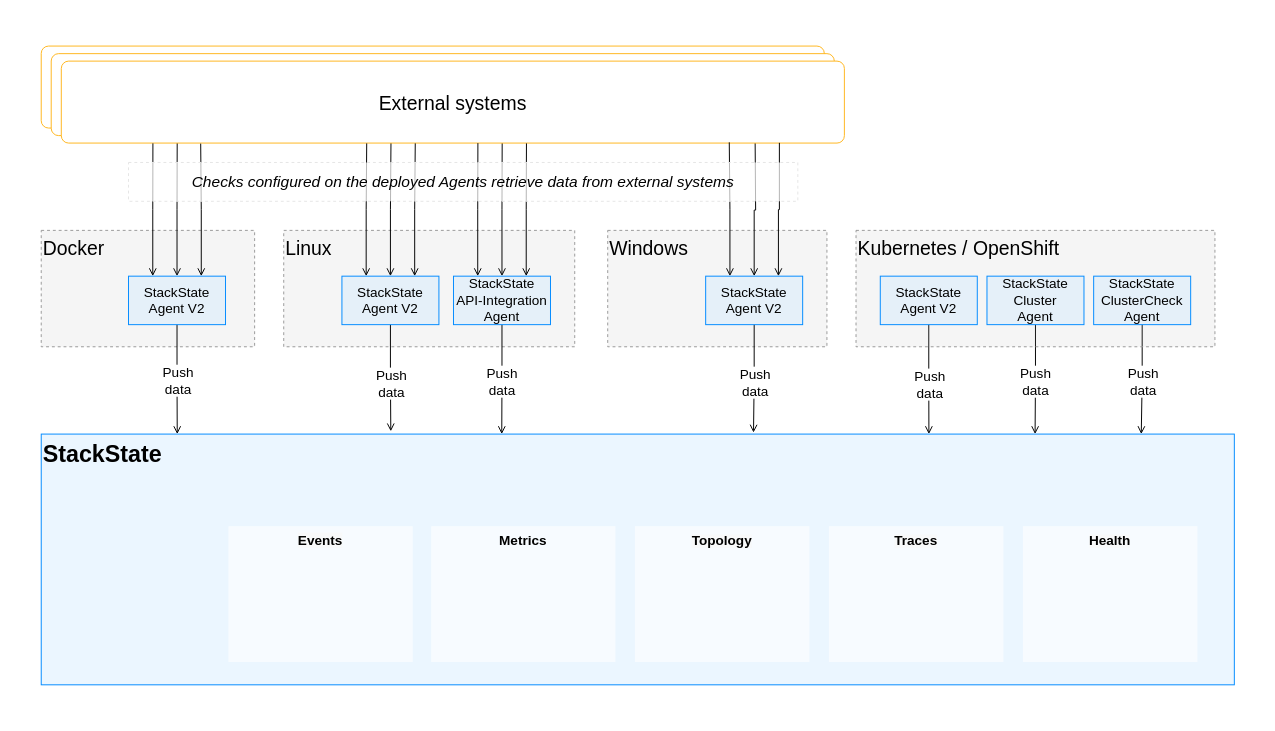
Earlier version of the draw.io diagram resources/drawio/stackstate-agent.drawio (StackVista/stackstate-docs). Source tidied: cells renumbered, new cells numbered last; positions are measured from the earlier drawing's top-left corner, leaving out a move shared by most shapes. Both pictures are drawn from the tidied source at 97%, with x=0, y=0 at pixel (16, 16).
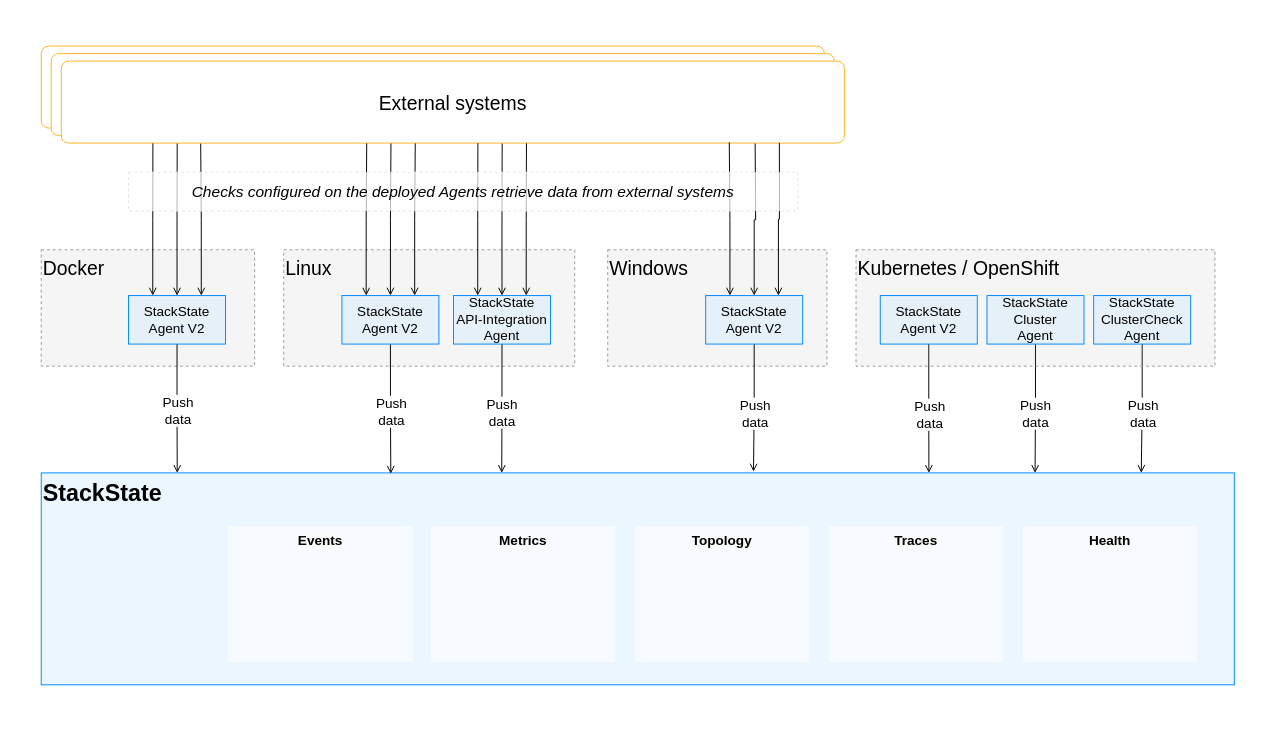
Above is the later version.

Diff of the diagram source:
```diff
@@
     <mxCell id="3" value="&lt;span style=&quot;font-style: normal&quot;&gt;&lt;font style=&quot;font-size: 24px&quot;&gt;&lt;b&gt;StackState&lt;/b&gt;&lt;/font&gt;&lt;br&gt;&lt;/span&gt;" style="rounded=0;whiteSpace=wrap;html=1;strokeWidth=1;strokeColor=#008AFF;fontStyle=2;fillColor=#CCE8FF;fillOpacity=40;verticalAlign=top;align=left;snapToPoint=0;labelPadding=0;" parent="1" vertex="1">
-      <mxGeometry x="25" y="430" width="1230" height="258.5" as="geometry" />
+      <mxGeometry x="25" y="470" width="1230" height="218.5" as="geometry" />
     </mxCell>
@@
     <mxCell id="12" value="&lt;font style=&quot;font-size: 20px&quot;&gt;Docker&lt;/font&gt;" style="rounded=0;whiteSpace=wrap;html=1;align=left;arcSize=9;verticalAlign=top;strokeColor=#999999;dashed=1;fillColor=#999999;fillOpacity=10;" parent="1" vertex="1">
-      <mxGeometry x="25" y="220" width="220" height="120" as="geometry" />
+      <mxGeometry x="25" y="240" width="220" height="120" as="geometry" />
     </mxCell>
     <mxCell id="13" value="&lt;font style=&quot;font-size: 20px&quot;&gt;Linux&lt;/font&gt;" style="rounded=0;whiteSpace=wrap;html=1;align=left;arcSize=9;verticalAlign=top;strokeColor=#999999;dashed=1;fillColor=#999999;fillOpacity=10;" parent="1" vertex="1">
-      <mxGeometry x="275" y="220" width="300" height="120" as="geometry" />
+      <mxGeometry x="275" y="240" width="300" height="120" as="geometry" />
     </mxCell>
     <mxCell id="14" value="&lt;font style=&quot;font-size: 20px&quot;&gt;Windows&lt;/font&gt;" style="rounded=0;whiteSpace=wrap;html=1;align=left;arcSize=9;verticalAlign=top;strokeColor=#999999;dashed=1;fillColor=#999999;fillOpacity=10;" parent="1" vertex="1">
-      <mxGeometry x="609" y="220" width="226" height="120" as="geometry" />
+      <mxGeometry x="609" y="240" width="226" height="120" as="geometry" />
     </mxCell>
@@
     <mxCell id="18" value="&lt;span style=&quot;font-style: normal&quot;&gt;&lt;font style=&quot;font-size: 14px&quot;&gt;StackState&lt;br&gt;Agent V2&lt;/font&gt;&lt;/span&gt;" style="rounded=0;whiteSpace=wrap;html=1;strokeWidth=1;strokeColor=#008AFF;fontStyle=2;fillColor=#CCE8FF;fillOpacity=40;" parent="1" vertex="1">
-      <mxGeometry x="710" y="267.2" width="100" height="50" as="geometry" />
+      <mxGeometry x="710" y="287.2" width="100" height="50" as="geometry" />
     </mxCell>
-    <mxCell id="19" style="edgeStyle=orthogonalEdgeStyle;rounded=0;jettySize=auto;html=1;exitX=0.5;exitY=1;exitDx=0;exitDy=0;entryX=0.293;entryY=-0.011;entryDx=0;entryDy=0;entryPerimeter=0;endArrow=open;endFill=0;" parent="1" edge="1" source="22" target="3">
+    <mxCell id="19" style="edgeStyle=orthogonalEdgeStyle;rounded=0;jettySize=auto;html=1;exitX=0.5;exitY=1;exitDx=0;exitDy=0;entryX=0.293;entryY=0.004;entryDx=0;entryDy=0;entryPerimeter=0;endArrow=open;endFill=0;" parent="1" edge="1" source="22" target="3">
       <mxGeometry relative="1" as="geometry" />
     </mxCell>
     <mxCell id="20" value="&lt;span style=&quot;font-size: 14px&quot;&gt;Push&lt;/span&gt;&lt;br style=&quot;font-size: 14px&quot;&gt;&lt;span style=&quot;font-size: 14px&quot;&gt;data&lt;/span&gt;" style="edgeLabel;html=1;align=center;verticalAlign=middle;" parent="19" vertex="1">
       <mxGeometry x="0.27" relative="1" as="geometry">
-        <mxPoint y="-9" as="offset" />
+        <mxPoint y="-15" as="offset" />
       </mxGeometry>
     </mxCell>
@@
     <mxCell id="22" value="&lt;span style=&quot;font-style: normal&quot;&gt;&lt;font style=&quot;font-size: 14px&quot;&gt;StackState&lt;br&gt;Agent V2&lt;/font&gt;&lt;/span&gt;" style="rounded=0;whiteSpace=wrap;html=1;strokeWidth=1;strokeColor=#008AFF;fontStyle=2;fillColor=#CCE8FF;fillOpacity=40;" parent="1" vertex="1">
-      <mxGeometry x="335" y="267.2" width="100" height="50" as="geometry" />
+      <mxGeometry x="335" y="287.2" width="100" height="50" as="geometry" />
     </mxCell>
@@
     <mxCell id="26" value="&lt;span style=&quot;font-size: 14px ; font-style: normal&quot;&gt;StackState&lt;br&gt;API-Integration Agent&lt;/span&gt;" style="rounded=0;whiteSpace=wrap;html=1;strokeWidth=1;strokeColor=#008AFF;fontStyle=2;fillColor=#CCE8FF;fillOpacity=40;" parent="1" vertex="1">
-      <mxGeometry x="450" y="267.2" width="100" height="50" as="geometry" />
+      <mxGeometry x="450" y="287.2" width="100" height="50" as="geometry" />
     </mxCell>
@@
     <mxCell id="30" value="&lt;span style=&quot;font-style: normal&quot;&gt;&lt;font style=&quot;font-size: 14px&quot;&gt;StackState&lt;br&gt;Agent V2&lt;/font&gt;&lt;/span&gt;" style="rounded=0;whiteSpace=wrap;html=1;strokeWidth=1;strokeColor=#008AFF;fontStyle=2;fillColor=#CCE8FF;fillOpacity=40;" parent="1" vertex="1">
-      <mxGeometry x="115" y="267.2" width="100" height="50" as="geometry" />
+      <mxGeometry x="115" y="287.2" width="100" height="50" as="geometry" />
     </mxCell>
@@
     <mxCell id="41" value="&lt;font style=&quot;font-size: 20px&quot;&gt;Kubernetes / OpenShift&lt;/font&gt;" style="rounded=0;whiteSpace=wrap;html=1;align=left;arcSize=9;verticalAlign=top;strokeColor=#999999;dashed=1;fillColor=#999999;fillOpacity=10;" parent="1" vertex="1">
-      <mxGeometry x="865" y="220" width="370" height="120" as="geometry" />
+      <mxGeometry x="865" y="240" width="370" height="120" as="geometry" />
     </mxCell>
     <mxCell id="42" style="group;" parent="1" vertex="1">
-      <mxGeometry x="890" y="267.2" width="320" height="50" as="geometry" />
+      <mxGeometry x="890" y="287.2" width="320" height="50" as="geometry" />
     </mxCell>
@@
     <mxCell id="54" value="&lt;i&gt;&lt;font style=&quot;font-size: 16px&quot;&gt;Checks configured on the deployed Agents retrieve data from external systems&lt;/font&gt;&lt;/i&gt;" style="text;html=1;align=center;verticalAlign=middle;whiteSpace=wrap;rounded=0;dashed=1;fillColor=#ffffff;fillOpacity=70;strokeColor=#E6E6E6;" parent="1" vertex="1">
-      <mxGeometry x="115" y="150" width="690" height="40" as="geometry" />
+      <mxGeometry x="115" y="160" width="690" height="40" as="geometry" />
     </mxCell>
```
